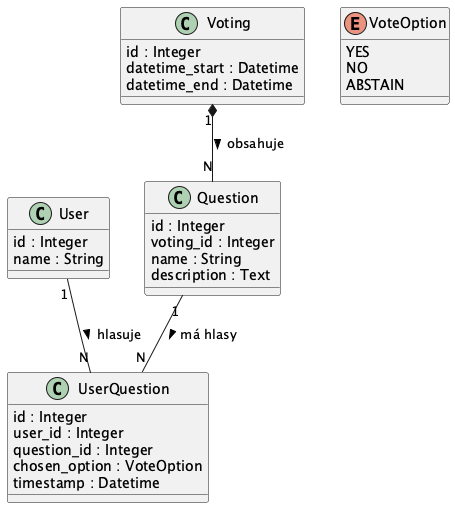
Before: docs/diagrams/Voting System Class Diagram.png, a diagram exported from PlantUML (jacky32/slovjani).
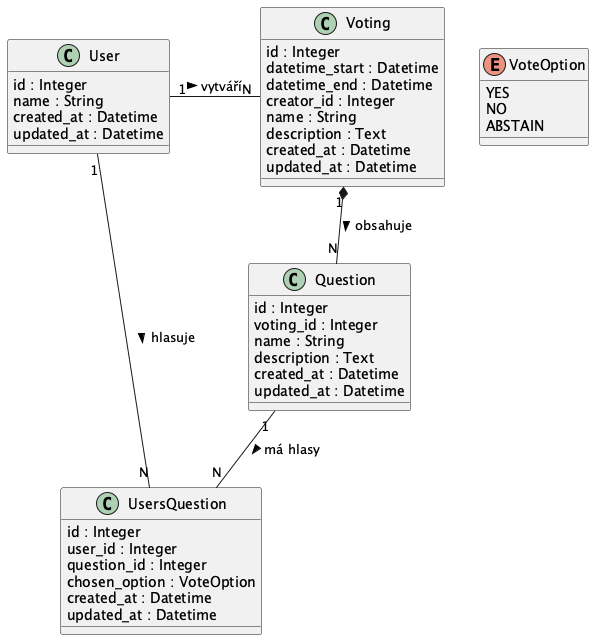
Above is the later version.

What changed in the source:
```diff
@@ -3,12 +3,19 @@
 class User {
   id : Integer
   name : String
+  created_at : Datetime
+  updated_at : Datetime
 }
 
 class Voting {
   id : Integer
   datetime_start : Datetime
   datetime_end : Datetime
+  creator_id : Integer
+  name : String
+  description : Text
+  created_at : Datetime
+  updated_at : Datetime
 }
 
 class Question {
@@ -16,6 +23,8 @@
   voting_id : Integer
   name : String
   description : Text
+  created_at : Datetime
+  updated_at : Datetime
 }
 
 enum VoteOption {
@@ -24,16 +33,18 @@
   ABSTAIN
 }
 
-class UserQuestion {
+class UsersQuestion {
   id : Integer
   user_id : Integer
   question_id : Integer
   chosen_option : VoteOption
-  timestamp : Datetime
+  created_at : Datetime
+  updated_at : Datetime
 }
 
 Voting "1" *-- "N" Question : obsahuje >
-User "1" -- "N" UserQuestion : hlasuje >
-Question "1" -- "N" UserQuestion : má hlasy >
+User "1" -- "N" UsersQuestion : hlasuje >
+Question "1" -- "N" UsersQuestion : má hlasy >
+User "1" - "N" Voting : vytváří >
 
 @enduml
```
